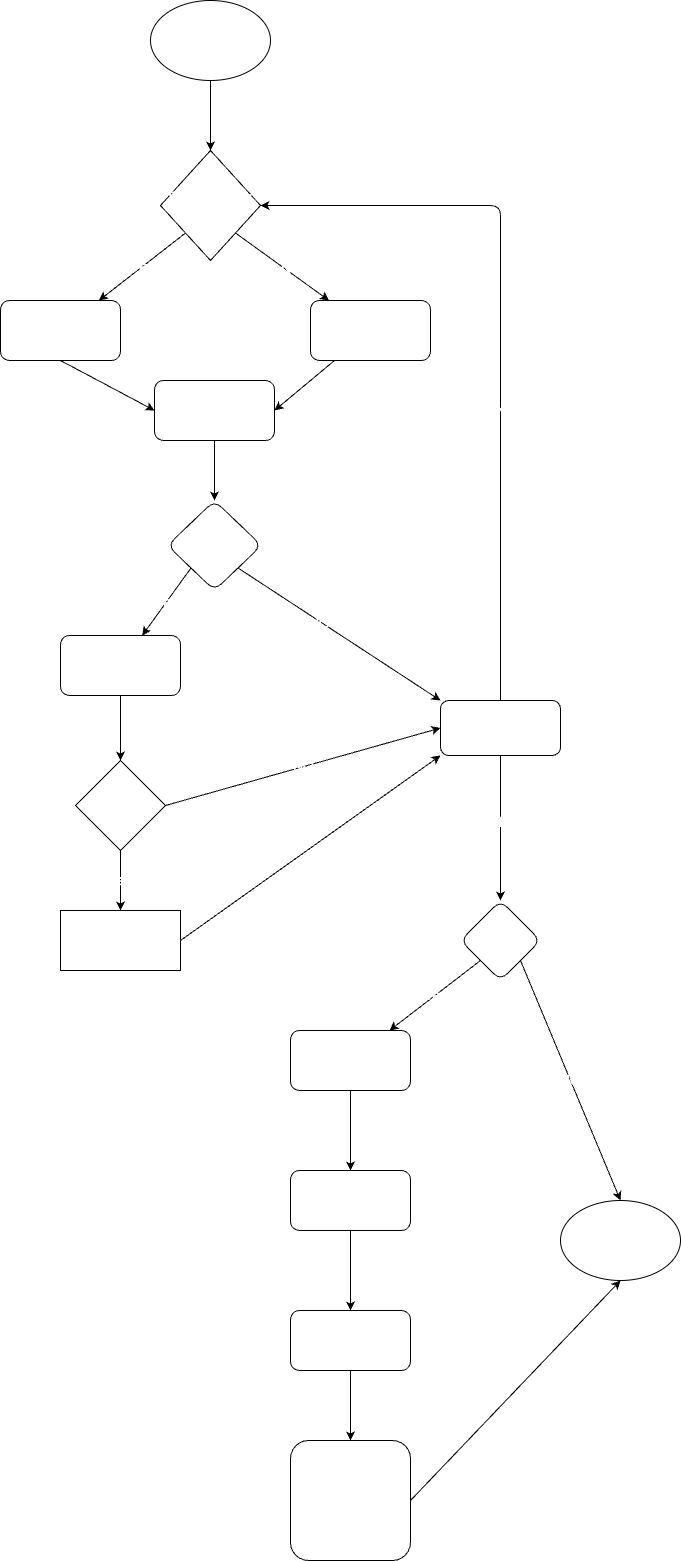
Earlier version of the draw.io export explore/diagramming/diagram.drawio.png (Tianshi-Gong/sp24-cse110-lab4). Source tidied: cells renumbered, new cells last; positions are measured from the earlier drawing's top-left corner, leaving out a move shared by most shapes.
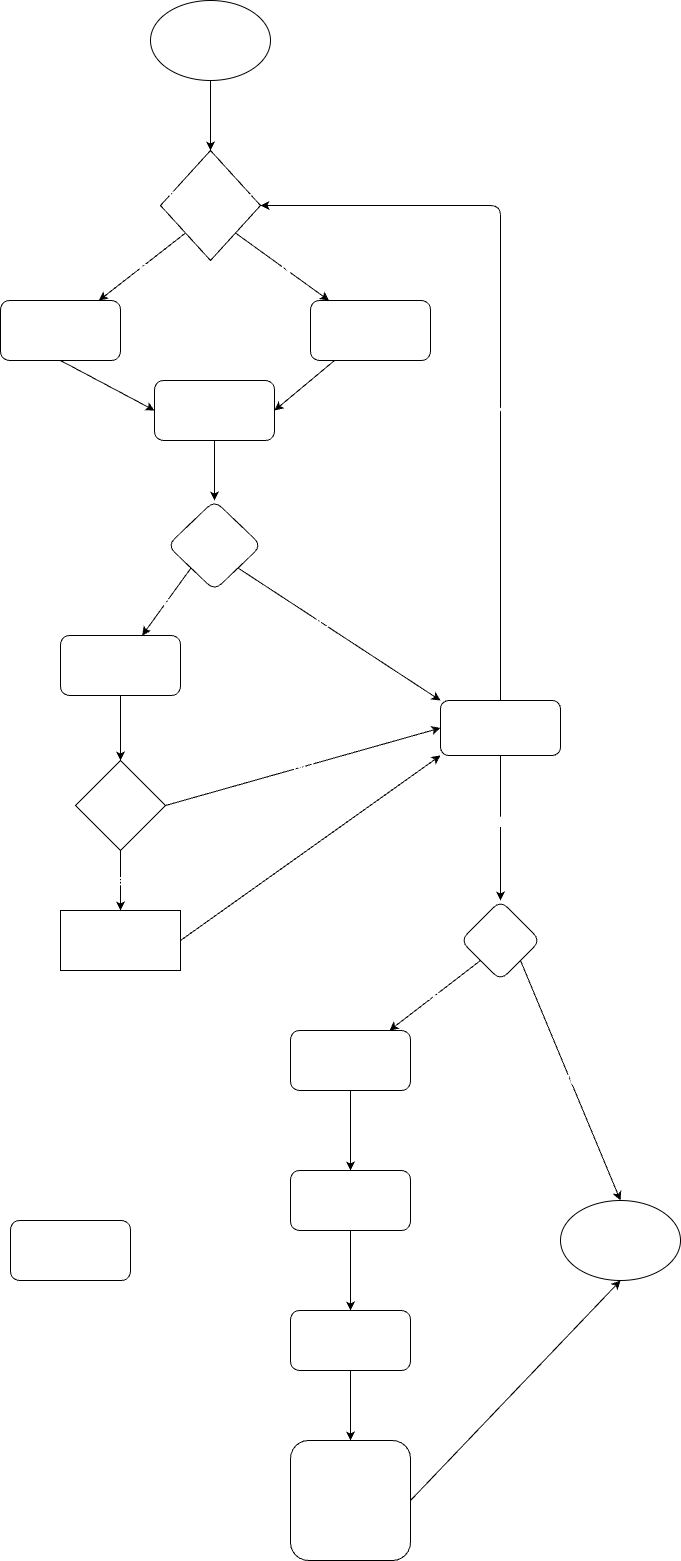
Above is the later version.

Change to the diagram source:
```diff
@@ -126,5 +126,8 @@
     <mxCell id="41" value="Enter website" style="ellipse;whiteSpace=wrap;html=1;labelBackgroundColor=none;fontSize=14;fontColor=#FFFFFF;gradientColor=none;" parent="1" vertex="1">
       <mxGeometry x="150" width="120" height="80" as="geometry" />
     </mxCell>
+    <mxCell id="42" value="dsfdfs" style="rounded=1;whiteSpace=wrap;html=1;labelBackgroundColor=none;fontColor=#FFFFFF;" parent="1" vertex="1">
+      <mxGeometry x="10" y="1220" width="120" height="60" as="geometry" />
+    </mxCell>
   </root>
 </mxGraphModel>
```
